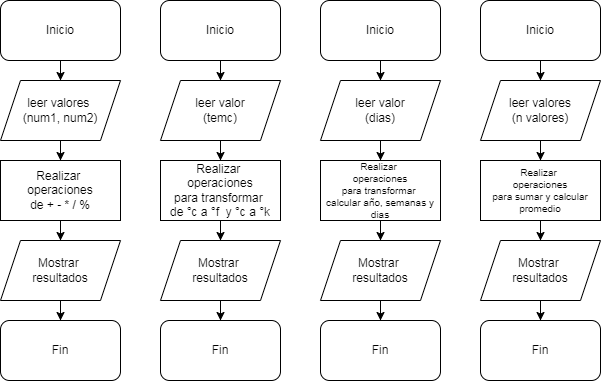
Before: imagen_desafio_variables_operadores.png, a diagram exported from draw.io (JairoMaxter/desafio_variables_operadores). Source tidied: cells renumbered, new cells last; positions are measured from the earlier drawing's top-left corner, leaving out a move shared by most shapes. Source of this version:
```xml
<mxGraphModel>
  <root>
    <mxCell id="0" />
    <mxCell id="1" parent="0" />
    <mxCell id="2" style="edgeStyle=orthogonalEdgeStyle;rounded=0;jettySize=auto;html=1;" parent="1" edge="1" source="3" target="5">
      <mxGeometry relative="1" as="geometry" />
    </mxCell>
    <mxCell id="3" value="leer valores &lt;br&gt;(num1, num2)" style="shape=parallelogram;perimeter=parallelogramPerimeter;whiteSpace=wrap;html=1;fixedSize=1;" parent="1" vertex="1">
      <mxGeometry y="80" width="120" height="60" as="geometry" />
    </mxCell>
    <mxCell id="4" style="edgeStyle=orthogonalEdgeStyle;rounded=0;jettySize=auto;html=1;" parent="1" edge="1" source="5" target="7">
      <mxGeometry relative="1" as="geometry" />
    </mxCell>
    <mxCell id="5" value="Realizar &lt;br&gt;operaciones&lt;br&gt;de + - * / %" style="rounded=0;whiteSpace=wrap;html=1;" parent="1" vertex="1">
      <mxGeometry y="160" width="120" height="60" as="geometry" />
    </mxCell>
    <mxCell id="6" style="edgeStyle=orthogonalEdgeStyle;rounded=0;jettySize=auto;html=1;" parent="1" edge="1" source="7" target="10">
      <mxGeometry relative="1" as="geometry" />
    </mxCell>
    <mxCell id="7" value="Mostrar &lt;br&gt;resultados" style="shape=parallelogram;perimeter=parallelogramPerimeter;whiteSpace=wrap;html=1;fixedSize=1;" parent="1" vertex="1">
      <mxGeometry y="240" width="120" height="60" as="geometry" />
    </mxCell>
    <mxCell id="8" style="edgeStyle=orthogonalEdgeStyle;rounded=0;jettySize=auto;html=1;" parent="1" edge="1" source="9" target="3">
      <mxGeometry relative="1" as="geometry" />
    </mxCell>
    <mxCell id="9" value="Inicio" style="rounded=1;whiteSpace=wrap;html=1;" parent="1" vertex="1">
      <mxGeometry width="120" height="60" as="geometry" />
    </mxCell>
    <mxCell id="10" value="Fin" style="rounded=1;whiteSpace=wrap;html=1;" parent="1" vertex="1">
      <mxGeometry y="320" width="120" height="60" as="geometry" />
    </mxCell>
    <mxCell id="11" style="edgeStyle=orthogonalEdgeStyle;rounded=0;jettySize=auto;html=1;" parent="1" edge="1" source="12" target="14">
      <mxGeometry relative="1" as="geometry" />
    </mxCell>
    <mxCell id="12" value="leer valor&lt;br&gt;(temc)" style="shape=parallelogram;perimeter=parallelogramPerimeter;whiteSpace=wrap;html=1;fixedSize=1;" parent="1" vertex="1">
      <mxGeometry x="160" y="80" width="120" height="60" as="geometry" />
    </mxCell>
    <mxCell id="13" style="edgeStyle=orthogonalEdgeStyle;rounded=0;jettySize=auto;html=1;" parent="1" edge="1" source="14" target="16">
      <mxGeometry relative="1" as="geometry" />
    </mxCell>
    <mxCell id="14" value="Realizar &lt;br&gt;operaciones&lt;br&gt;para transformar&amp;nbsp;&lt;br&gt;de&amp;nbsp;°c a&amp;nbsp;°f&amp;nbsp; y&amp;nbsp;°c a&amp;nbsp;°k" style="rounded=0;whiteSpace=wrap;html=1;" parent="1" vertex="1">
      <mxGeometry x="160" y="160" width="120" height="60" as="geometry" />
    </mxCell>
    <mxCell id="15" style="edgeStyle=orthogonalEdgeStyle;rounded=0;jettySize=auto;html=1;" parent="1" edge="1" source="16" target="19">
      <mxGeometry relative="1" as="geometry" />
    </mxCell>
    <mxCell id="16" value="Mostrar &lt;br&gt;resultados" style="shape=parallelogram;perimeter=parallelogramPerimeter;whiteSpace=wrap;html=1;fixedSize=1;" parent="1" vertex="1">
      <mxGeometry x="160" y="240" width="120" height="60" as="geometry" />
    </mxCell>
    <mxCell id="17" style="edgeStyle=orthogonalEdgeStyle;rounded=0;jettySize=auto;html=1;" parent="1" edge="1" source="18" target="12">
      <mxGeometry relative="1" as="geometry" />
    </mxCell>
    <mxCell id="18" value="Inicio" style="rounded=1;whiteSpace=wrap;html=1;" parent="1" vertex="1">
      <mxGeometry x="160" width="120" height="60" as="geometry" />
    </mxCell>
    <mxCell id="19" value="Fin" style="rounded=1;whiteSpace=wrap;html=1;" parent="1" vertex="1">
      <mxGeometry x="160" y="320" width="120" height="60" as="geometry" />
    </mxCell>
    <mxCell id="20" style="edgeStyle=orthogonalEdgeStyle;rounded=0;jettySize=auto;html=1;" parent="1" edge="1" source="21" target="23">
      <mxGeometry relative="1" as="geometry" />
    </mxCell>
    <mxCell id="21" value="leer valor&lt;br&gt;(dias)" style="shape=parallelogram;perimeter=parallelogramPerimeter;whiteSpace=wrap;html=1;fixedSize=1;" parent="1" vertex="1">
      <mxGeometry x="320" y="80" width="120" height="60" as="geometry" />
    </mxCell>
    <mxCell id="22" style="edgeStyle=orthogonalEdgeStyle;rounded=0;jettySize=auto;html=1;" parent="1" edge="1" source="23" target="25">
      <mxGeometry relative="1" as="geometry" />
    </mxCell>
    <mxCell id="23" value="Realizar &lt;br style=&quot;font-size: 10px;&quot;&gt;operaciones&lt;br style=&quot;font-size: 10px;&quot;&gt;para transformar&amp;nbsp;&lt;br style=&quot;font-size: 10px;&quot;&gt;calcular año, semanas y dias" style="rounded=0;whiteSpace=wrap;html=1;fontSize=10;" parent="1" vertex="1">
      <mxGeometry x="320" y="160" width="120" height="60" as="geometry" />
    </mxCell>
    <mxCell id="24" style="edgeStyle=orthogonalEdgeStyle;rounded=0;jettySize=auto;html=1;" parent="1" edge="1" source="25" target="28">
      <mxGeometry relative="1" as="geometry" />
    </mxCell>
    <mxCell id="25" value="Mostrar &lt;br&gt;resultados" style="shape=parallelogram;perimeter=parallelogramPerimeter;whiteSpace=wrap;html=1;fixedSize=1;" parent="1" vertex="1">
      <mxGeometry x="320" y="240" width="120" height="60" as="geometry" />
    </mxCell>
    <mxCell id="26" style="edgeStyle=orthogonalEdgeStyle;rounded=0;jettySize=auto;html=1;" parent="1" edge="1" source="27" target="21">
      <mxGeometry relative="1" as="geometry" />
    </mxCell>
    <mxCell id="27" value="Inicio" style="rounded=1;whiteSpace=wrap;html=1;" parent="1" vertex="1">
      <mxGeometry x="320" width="120" height="60" as="geometry" />
    </mxCell>
    <mxCell id="28" value="Fin" style="rounded=1;whiteSpace=wrap;html=1;" parent="1" vertex="1">
      <mxGeometry x="320" y="320" width="120" height="60" as="geometry" />
    </mxCell>
    <mxCell id="29" style="edgeStyle=orthogonalEdgeStyle;rounded=0;jettySize=auto;html=1;" parent="1" edge="1" source="30" target="32">
      <mxGeometry relative="1" as="geometry" />
    </mxCell>
    <mxCell id="30" value="leer valores&lt;br&gt;(n valores)" style="shape=parallelogram;perimeter=parallelogramPerimeter;whiteSpace=wrap;html=1;fixedSize=1;" parent="1" vertex="1">
      <mxGeometry x="480" y="80" width="120" height="60" as="geometry" />
    </mxCell>
    <mxCell id="31" style="edgeStyle=orthogonalEdgeStyle;rounded=0;jettySize=auto;html=1;" parent="1" edge="1" source="32" target="34">
      <mxGeometry relative="1" as="geometry" />
    </mxCell>
    <mxCell id="32" value="Realizar &lt;br style=&quot;font-size: 10px&quot;&gt;operaciones&lt;br style=&quot;font-size: 10px&quot;&gt;para sumar y calcular&lt;br&gt;promedio" style="rounded=0;whiteSpace=wrap;html=1;fontSize=10;" parent="1" vertex="1">
      <mxGeometry x="480" y="160" width="120" height="60" as="geometry" />
    </mxCell>
    <mxCell id="33" style="edgeStyle=orthogonalEdgeStyle;rounded=0;jettySize=auto;html=1;" parent="1" edge="1" source="34" target="37">
      <mxGeometry relative="1" as="geometry" />
    </mxCell>
    <mxCell id="34" value="Mostrar &lt;br&gt;resultados" style="shape=parallelogram;perimeter=parallelogramPerimeter;whiteSpace=wrap;html=1;fixedSize=1;" parent="1" vertex="1">
      <mxGeometry x="480" y="240" width="120" height="60" as="geometry" />
    </mxCell>
    <mxCell id="35" style="edgeStyle=orthogonalEdgeStyle;rounded=0;jettySize=auto;html=1;" parent="1" edge="1" source="36" target="30">
      <mxGeometry relative="1" as="geometry" />
    </mxCell>
    <mxCell id="36" value="Inicio" style="rounded=1;whiteSpace=wrap;html=1;" parent="1" vertex="1">
      <mxGeometry x="480" width="120" height="60" as="geometry" />
    </mxCell>
    <mxCell id="37" value="Fin" style="rounded=1;whiteSpace=wrap;html=1;" parent="1" vertex="1">
      <mxGeometry x="480" y="320" width="120" height="60" as="geometry" />
    </mxCell>
  </root>
</mxGraphModel>
```
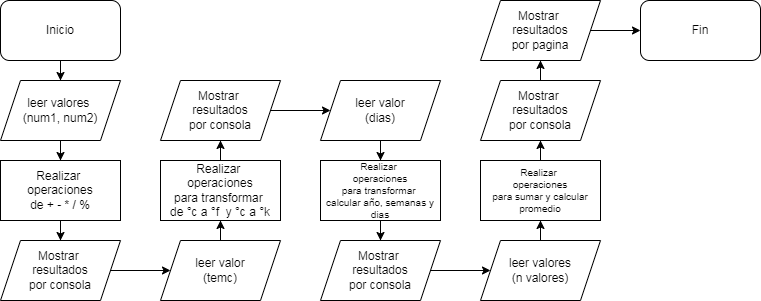
Later version of the same file.

Commit message:
correccion de diagrama de flujo

The edit, as a diff of the source:
```diff
@@ -14,10 +14,10 @@
     <mxCell id="5" value="Realizar &lt;br&gt;operaciones&lt;br&gt;de + - * / %" style="rounded=0;whiteSpace=wrap;html=1;" parent="1" vertex="1">
       <mxGeometry y="160" width="120" height="60" as="geometry" />
     </mxCell>
-    <mxCell id="6" style="edgeStyle=orthogonalEdgeStyle;rounded=0;jettySize=auto;html=1;" parent="1" edge="1" source="7" target="10">
-      <mxGeometry relative="1" as="geometry" />
-    </mxCell>
+    <mxCell id="38" style="edgeStyle=orthogonalEdgeStyle;rounded=0;jettySize=auto;html=1;fontSize=10;" parent="1" edge="1" source="7" target="12">
+      <mxGeometry relative="1" as="geometry" />
+    </mxCell>
-    <mxCell id="7" value="Mostrar &lt;br&gt;resultados" style="shape=parallelogram;perimeter=parallelogramPerimeter;whiteSpace=wrap;html=1;fixedSize=1;" parent="1" vertex="1">
+    <mxCell id="7" value="Mostrar &lt;br&gt;resultados&lt;br&gt;por consola" style="shape=parallelogram;perimeter=parallelogramPerimeter;whiteSpace=wrap;html=1;fixedSize=1;" parent="1" vertex="1">
       <mxGeometry y="240" width="120" height="60" as="geometry" />
     </mxCell>
     <mxCell id="8" style="edgeStyle=orthogonalEdgeStyle;rounded=0;jettySize=auto;html=1;" parent="1" edge="1" source="9" target="3">
@@ -26,89 +26,68 @@
     <mxCell id="9" value="Inicio" style="rounded=1;whiteSpace=wrap;html=1;" parent="1" vertex="1">
       <mxGeometry width="120" height="60" as="geometry" />
     </mxCell>
-    <mxCell id="10" value="Fin" style="rounded=1;whiteSpace=wrap;html=1;" parent="1" vertex="1">
-      <mxGeometry y="320" width="120" height="60" as="geometry" />
-    </mxCell>
-    <mxCell id="11" style="edgeStyle=orthogonalEdgeStyle;rounded=0;jettySize=auto;html=1;" parent="1" edge="1" source="12" target="14">
+    <mxCell id="11" style="edgeStyle=orthogonalEdgeStyle;rounded=0;jettySize=auto;html=1;fontSize=10;" parent="1" edge="1" source="12" target="14">
       <mxGeometry relative="1" as="geometry" />
     </mxCell>
     <mxCell id="12" value="leer valor&lt;br&gt;(temc)" style="shape=parallelogram;perimeter=parallelogramPerimeter;whiteSpace=wrap;html=1;fixedSize=1;" parent="1" vertex="1">
-      <mxGeometry x="160" y="80" width="120" height="60" as="geometry" />
+      <mxGeometry x="160" y="240" width="120" height="60" as="geometry" />
     </mxCell>
-    <mxCell id="13" style="edgeStyle=orthogonalEdgeStyle;rounded=0;jettySize=auto;html=1;" parent="1" edge="1" source="14" target="16">
+    <mxCell id="13" style="edgeStyle=orthogonalEdgeStyle;rounded=0;jettySize=auto;html=1;fontSize=10;" parent="1" edge="1" source="14" target="16">
       <mxGeometry relative="1" as="geometry" />
     </mxCell>
     <mxCell id="14" value="Realizar &lt;br&gt;operaciones&lt;br&gt;para transformar&amp;nbsp;&lt;br&gt;de&amp;nbsp;°c a&amp;nbsp;°f&amp;nbsp; y&amp;nbsp;°c a&amp;nbsp;°k" style="rounded=0;whiteSpace=wrap;html=1;" parent="1" vertex="1">
       <mxGeometry x="160" y="160" width="120" height="60" as="geometry" />
     </mxCell>
-    <mxCell id="15" style="edgeStyle=orthogonalEdgeStyle;rounded=0;jettySize=auto;html=1;" parent="1" edge="1" source="16" target="19">
-      <mxGeometry relative="1" as="geometry" />
-    </mxCell>
+    <mxCell id="39" style="edgeStyle=orthogonalEdgeStyle;rounded=0;jettySize=auto;html=1;fontSize=10;" parent="1" edge="1" source="16" target="21">
+      <mxGeometry relative="1" as="geometry" />
+    </mxCell>
-    <mxCell id="16" value="Mostrar &lt;br&gt;resultados" style="shape=parallelogram;perimeter=parallelogramPerimeter;whiteSpace=wrap;html=1;fixedSize=1;" parent="1" vertex="1">
-      <mxGeometry x="160" y="240" width="120" height="60" as="geometry" />
+    <mxCell id="16" value="Mostrar &lt;br&gt;resultados&lt;br&gt;por consola" style="shape=parallelogram;perimeter=parallelogramPerimeter;whiteSpace=wrap;html=1;fixedSize=1;" parent="1" vertex="1">
+      <mxGeometry x="160" y="80" width="120" height="60" as="geometry" />
     </mxCell>
-    <mxCell id="17" style="edgeStyle=orthogonalEdgeStyle;rounded=0;jettySize=auto;html=1;" parent="1" edge="1" source="18" target="12">
-      <mxGeometry relative="1" as="geometry" />
-    </mxCell>
-    <mxCell id="18" value="Inicio" style="rounded=1;whiteSpace=wrap;html=1;" parent="1" vertex="1">
-      <mxGeometry x="160" width="120" height="60" as="geometry" />
-    </mxCell>
-    <mxCell id="19" value="Fin" style="rounded=1;whiteSpace=wrap;html=1;" parent="1" vertex="1">
-      <mxGeometry x="160" y="320" width="120" height="60" as="geometry" />
-    </mxCell>
-    <mxCell id="20" style="edgeStyle=orthogonalEdgeStyle;rounded=0;jettySize=auto;html=1;" parent="1" edge="1" source="21" target="23">
+    <mxCell id="20" style="edgeStyle=orthogonalEdgeStyle;rounded=0;jettySize=auto;html=1;fontSize=10;" parent="1" edge="1" source="21" target="23">
       <mxGeometry relative="1" as="geometry" />
     </mxCell>
     <mxCell id="21" value="leer valor&lt;br&gt;(dias)" style="shape=parallelogram;perimeter=parallelogramPerimeter;whiteSpace=wrap;html=1;fixedSize=1;" parent="1" vertex="1">
       <mxGeometry x="320" y="80" width="120" height="60" as="geometry" />
     </mxCell>
-    <mxCell id="22" style="edgeStyle=orthogonalEdgeStyle;rounded=0;jettySize=auto;html=1;" parent="1" edge="1" source="23" target="25">
+    <mxCell id="22" style="edgeStyle=orthogonalEdgeStyle;rounded=0;jettySize=auto;html=1;fontSize=10;" parent="1" edge="1" source="23" target="25">
       <mxGeometry relative="1" as="geometry" />
     </mxCell>
     <mxCell id="23" value="Realizar &lt;br style=&quot;font-size: 10px;&quot;&gt;operaciones&lt;br style=&quot;font-size: 10px;&quot;&gt;para transformar&amp;nbsp;&lt;br style=&quot;font-size: 10px;&quot;&gt;calcular año, semanas y dias" style="rounded=0;whiteSpace=wrap;html=1;fontSize=10;" parent="1" vertex="1">
       <mxGeometry x="320" y="160" width="120" height="60" as="geometry" />
     </mxCell>
-    <mxCell id="24" style="edgeStyle=orthogonalEdgeStyle;rounded=0;jettySize=auto;html=1;" parent="1" edge="1" source="25" target="28">
-      <mxGeometry relative="1" as="geometry" />
-    </mxCell>
+    <mxCell id="40" style="edgeStyle=orthogonalEdgeStyle;rounded=0;jettySize=auto;html=1;fontSize=10;" parent="1" edge="1" source="25" target="30">
+      <mxGeometry relative="1" as="geometry" />
+    </mxCell>
-    <mxCell id="25" value="Mostrar &lt;br&gt;resultados" style="shape=parallelogram;perimeter=parallelogramPerimeter;whiteSpace=wrap;html=1;fixedSize=1;" parent="1" vertex="1">
+    <mxCell id="25" value="Mostrar &lt;br&gt;resultados&lt;br&gt;por consola" style="shape=parallelogram;perimeter=parallelogramPerimeter;whiteSpace=wrap;html=1;fixedSize=1;" parent="1" vertex="1">
       <mxGeometry x="320" y="240" width="120" height="60" as="geometry" />
     </mxCell>
-    <mxCell id="26" style="edgeStyle=orthogonalEdgeStyle;rounded=0;jettySize=auto;html=1;" parent="1" edge="1" source="27" target="21">
-      <mxGeometry relative="1" as="geometry" />
-    </mxCell>
-    <mxCell id="27" value="Inicio" style="rounded=1;whiteSpace=wrap;html=1;" parent="1" vertex="1">
-      <mxGeometry x="320" width="120" height="60" as="geometry" />
-    </mxCell>
-    <mxCell id="28" value="Fin" style="rounded=1;whiteSpace=wrap;html=1;" parent="1" vertex="1">
-      <mxGeometry x="320" y="320" width="120" height="60" as="geometry" />
-    </mxCell>
-    <mxCell id="29" style="edgeStyle=orthogonalEdgeStyle;rounded=0;jettySize=auto;html=1;" parent="1" edge="1" source="30" target="32">
+    <mxCell id="29" style="edgeStyle=orthogonalEdgeStyle;rounded=0;jettySize=auto;html=1;fontSize=10;" parent="1" edge="1" source="30" target="32">
       <mxGeometry relative="1" as="geometry" />
     </mxCell>
     <mxCell id="30" value="leer valores&lt;br&gt;(n valores)" style="shape=parallelogram;perimeter=parallelogramPerimeter;whiteSpace=wrap;html=1;fixedSize=1;" parent="1" vertex="1">
-      <mxGeometry x="480" y="80" width="120" height="60" as="geometry" />
+      <mxGeometry x="480" y="240" width="120" height="60" as="geometry" />
     </mxCell>
-    <mxCell id="31" style="edgeStyle=orthogonalEdgeStyle;rounded=0;jettySize=auto;html=1;" parent="1" edge="1" source="32" target="34">
+    <mxCell id="31" style="edgeStyle=orthogonalEdgeStyle;rounded=0;jettySize=auto;html=1;fontSize=10;" parent="1" edge="1" source="32" target="34">
       <mxGeometry relative="1" as="geometry" />
     </mxCell>
     <mxCell id="32" value="Realizar &lt;br style=&quot;font-size: 10px&quot;&gt;operaciones&lt;br style=&quot;font-size: 10px&quot;&gt;para sumar y calcular&lt;br&gt;promedio" style="rounded=0;whiteSpace=wrap;html=1;fontSize=10;" parent="1" vertex="1">
       <mxGeometry x="480" y="160" width="120" height="60" as="geometry" />
     </mxCell>
-    <mxCell id="33" style="edgeStyle=orthogonalEdgeStyle;rounded=0;jettySize=auto;html=1;" parent="1" edge="1" source="34" target="37">
-      <mxGeometry relative="1" as="geometry" />
-    </mxCell>
+    <mxCell id="41" style="edgeStyle=orthogonalEdgeStyle;rounded=0;jettySize=auto;html=1;fontSize=10;" parent="1" edge="1" source="34" target="43">
+      <mxGeometry relative="1" as="geometry" />
+    </mxCell>
-    <mxCell id="34" value="Mostrar &lt;br&gt;resultados" style="shape=parallelogram;perimeter=parallelogramPerimeter;whiteSpace=wrap;html=1;fixedSize=1;" parent="1" vertex="1">
-      <mxGeometry x="480" y="240" width="120" height="60" as="geometry" />
+    <mxCell id="34" value="Mostrar &lt;br&gt;resultados&lt;br&gt;por consola" style="shape=parallelogram;perimeter=parallelogramPerimeter;whiteSpace=wrap;html=1;fixedSize=1;" parent="1" vertex="1">
+      <mxGeometry x="480" y="80" width="120" height="60" as="geometry" />
     </mxCell>
-    <mxCell id="35" style="edgeStyle=orthogonalEdgeStyle;rounded=0;jettySize=auto;html=1;" parent="1" edge="1" source="36" target="30">
-      <mxGeometry relative="1" as="geometry" />
-    </mxCell>
-    <mxCell id="36" value="Inicio" style="rounded=1;whiteSpace=wrap;html=1;" parent="1" vertex="1">
-      <mxGeometry x="480" width="120" height="60" as="geometry" />
-    </mxCell>
     <mxCell id="37" value="Fin" style="rounded=1;whiteSpace=wrap;html=1;" parent="1" vertex="1">
-      <mxGeometry x="480" y="320" width="120" height="60" as="geometry" />
+      <mxGeometry x="640" width="120" height="60" as="geometry" />
     </mxCell>
+    <mxCell id="42" style="edgeStyle=orthogonalEdgeStyle;rounded=0;jettySize=auto;html=1;fontSize=10;" parent="1" edge="1" source="43" target="37">
+      <mxGeometry relative="1" as="geometry" />
+    </mxCell>
+    <mxCell id="43" value="Mostrar &lt;br&gt;resultados&lt;br&gt;por pagina" style="shape=parallelogram;perimeter=parallelogramPerimeter;whiteSpace=wrap;html=1;fixedSize=1;" parent="1" vertex="1">
+      <mxGeometry x="480" width="120" height="60" as="geometry" />
+    </mxCell>
   </root>
 </mxGraphModel>
```
